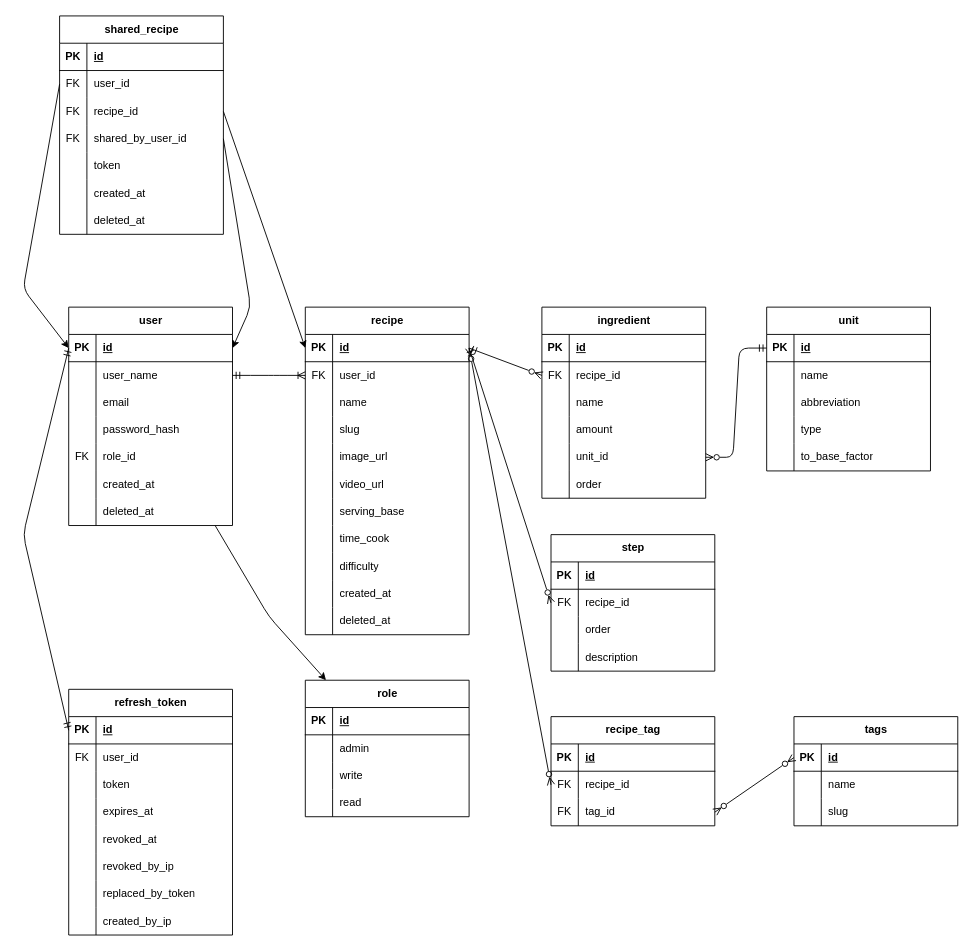
Above: laCullera.drawio in Caronte92/la-cullera-backend (draw.io), before the change. Source tidied: cells renumbered, new cells numbered last; positions are measured from the earlier drawing's top-left corner, leaving out a move shared by most shapes. Both pictures are drawn from the tidied source at 91%, with x=0, y=0 at pixel (23, 15).
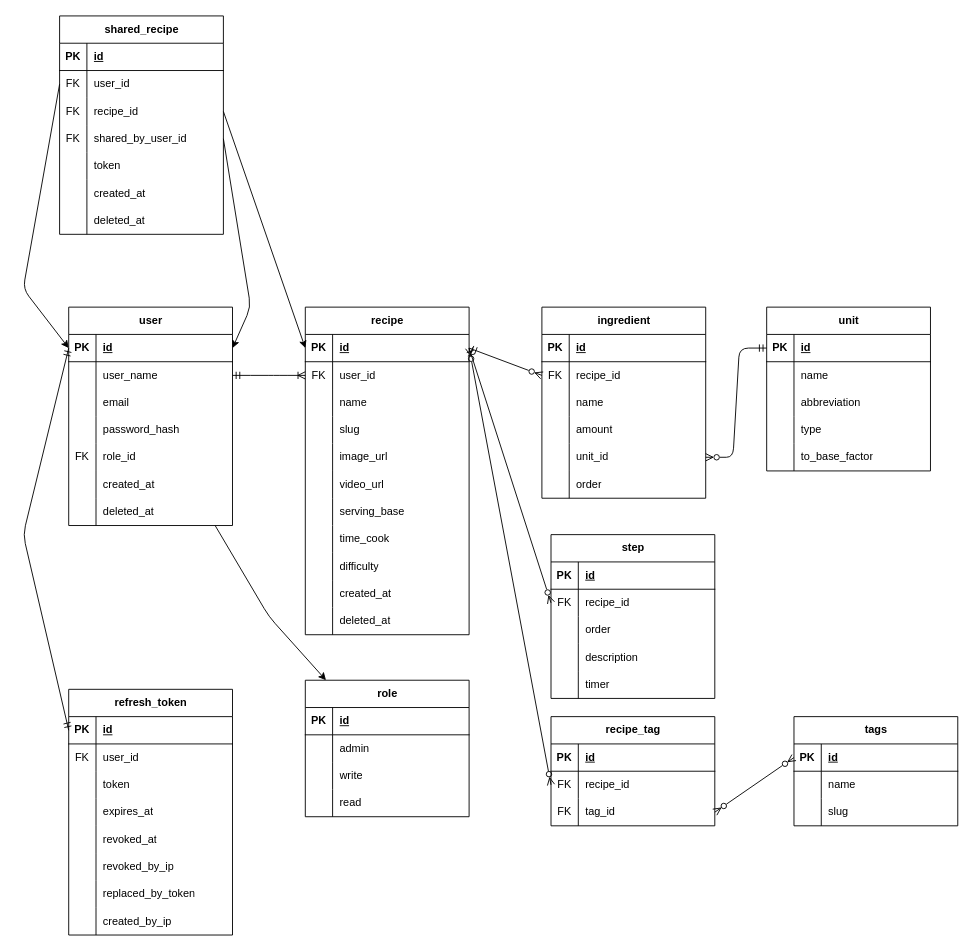
The same diagram, later.

Change to the diagram source:
```diff
@@
     <mxCell id="92" value="step" style="shape=table;startSize=30;childLayout=tableLayout;rowLines=0;fontStyle=1;align=center;html=1;" parent="1" vertex="1">
-      <mxGeometry x="580" y="570" width="180" height="150" as="geometry" />
+      <mxGeometry x="580" y="570" width="180" height="180" as="geometry" />
     </mxCell>
@@
+    <mxCell id="197" style="shape=tableRow;horizontal=0;startSize=0;swimlaneHead=0;swimlaneBody=0;fillColor=none;top=0;left=0;right=0;bottom=0;" parent="92" vertex="1">
+      <mxGeometry y="150" width="180" height="30" as="geometry" />
+    </mxCell>
+    <mxCell id="198" style="shape=partialRectangle;fillColor=none;top=0;left=0;bottom=0;right=0;overflow=hidden;whiteSpace=wrap;html=1;" parent="197" vertex="1">
+      <mxGeometry width="30" height="30" as="geometry" />
+    </mxCell>
+    <mxCell id="199" value="timer" style="shape=partialRectangle;fillColor=none;top=0;left=0;bottom=0;right=0;align=left;spacingLeft=6;overflow=hidden;whiteSpace=wrap;html=1;" parent="197" vertex="1">
+      <mxGeometry x="30" width="150" height="30" as="geometry" />
+    </mxCell>
```
